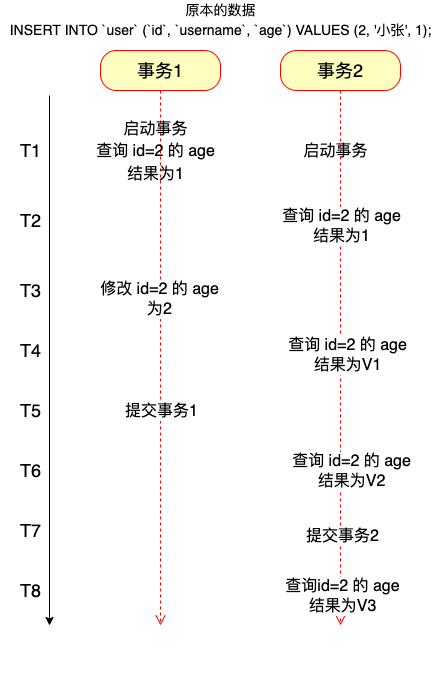
Earlier version of the draw.io export img/mysql/mysql-acid-durability.png (boilingfrog/Go-POINT). Source tidied: cells renumbered, new cells last; positions are measured from the earlier drawing's top-left corner, leaving out a move shared by most shapes.
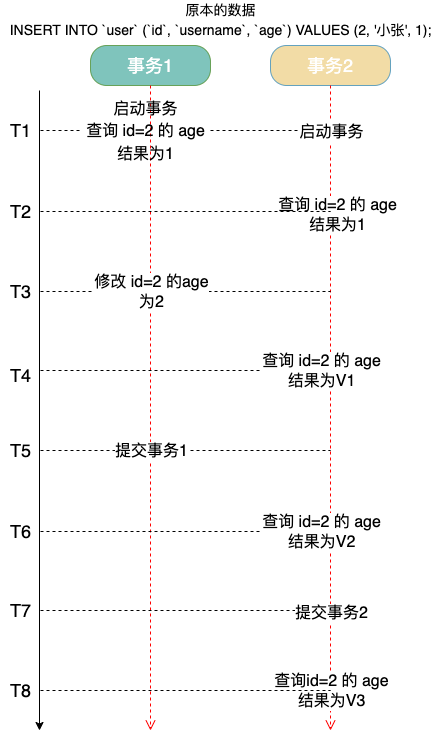
Above is the later version.

Commit message:
feat:MySQL 中的事务理解

Diff of the diagram source:
```diff
@@ -5,93 +5,137 @@
     <mxCell id="2" style="endArrow=classic;html=1;fontSize=18;" parent="1" edge="1">
       <mxGeometry relative="1" as="geometry">
         <mxPoint x="49" y="95" as="sourcePoint" />
-        <mxPoint x="49" y="625" as="targetPoint" />
+        <mxPoint x="49" y="735" as="targetPoint" />
       </mxGeometry>
     </mxCell>
+    <mxCell id="26" style="edgeStyle=none;html=1;dashed=1;endArrow=none;endFill=0;startArrow=none;" parent="1" edge="1" source="12">
+      <mxGeometry relative="1" as="geometry">
+        <mxPoint x="340" y="135" as="targetPoint" />
+      </mxGeometry>
+    </mxCell>
     <mxCell id="3" value="T1" style="text;html=1;align=center;verticalAlign=middle;points=[];strokeColor=none;fillColor=none;fontSize=18;" parent="1" vertex="1">
-      <mxGeometry x="10" y="135" width="40" height="30" as="geometry" />
+      <mxGeometry x="10" y="120" width="40" height="30" as="geometry" />
     </mxCell>
-    <mxCell id="4" value="事务1" style="rounded=1;whiteSpace=wrap;html=1;arcSize=40;fontColor=#000000;fillColor=#ffffc0;strokeColor=#ff0000;fillStyle=dashed;fontSize=18;" parent="1" vertex="1">
+    <mxCell id="4" value="事务1" style="rounded=1;whiteSpace=wrap;html=1;arcSize=40;fontColor=#ffffff;fillColor=#2A9D8F;strokeColor=#2D7600;fillStyle=auto;fontSize=18;opacity=60;" parent="1" vertex="1">
       <mxGeometry x="100" y="50" width="120" height="40" as="geometry" />
     </mxCell>
-    <mxCell id="5" style="edgeStyle=orthogonalEdgeStyle;html=1;verticalAlign=bottom;endArrow=open;endSize=8;strokeColor=#ff0000;fontSize=18;rounded=0;dashed=1;" parent="1" edge="1" source="4">
+    <mxCell id="5" style="edgeStyle=orthogonalEdgeStyle;html=1;verticalAlign=bottom;endArrow=open;endSize=8;strokeColor=#FF0000;fontSize=18;rounded=0;dashed=1;fillColor=#6a00ff;" parent="1" edge="1" source="4">
       <mxGeometry relative="1" as="geometry">
-        <mxPoint x="160" y="625" as="targetPoint" />
+        <mxPoint x="160" y="735" as="targetPoint" />
       </mxGeometry>
     </mxCell>
-    <mxCell id="6" value="提交事务1" style="edgeLabel;html=1;align=center;verticalAlign=middle;fontSize=16;" parent="5" vertex="1">
-      <mxGeometry x="0.47" y="-2" relative="1" as="geometry">
-        <mxPoint x="2" y="-72" as="offset" />
-      </mxGeometry>
-    </mxCell>
-    <mxCell id="7" value="事务2" style="rounded=1;whiteSpace=wrap;html=1;arcSize=40;fontColor=#000000;fillColor=#ffffc0;strokeColor=#ff0000;fillStyle=dashed;fontSize=18;" parent="1" vertex="1">
+    <mxCell id="7" value="事务2" style="rounded=1;whiteSpace=wrap;html=1;arcSize=40;fontColor=#ffffff;fillColor=#E9C46A;strokeColor=#006EAF;fillStyle=auto;fontSize=18;opacity=60;" parent="1" vertex="1">
       <mxGeometry x="280" y="50" width="120" height="40" as="geometry" />
     </mxCell>
-    <mxCell id="8" style="edgeStyle=orthogonalEdgeStyle;html=1;verticalAlign=bottom;endArrow=open;endSize=8;strokeColor=#ff0000;fontSize=18;dashed=1;" parent="1" edge="1" source="7">
+    <mxCell id="8" style="edgeStyle=orthogonalEdgeStyle;html=1;verticalAlign=bottom;endArrow=open;endSize=8;strokeColor=#FF0000;fontSize=18;dashed=1;" parent="1" edge="1" source="7">
       <mxGeometry relative="1" as="geometry">
-        <mxPoint x="340" y="625" as="targetPoint" />
+        <mxPoint x="340" y="735" as="targetPoint" />
       </mxGeometry>
     </mxCell>
-    <mxCell id="9" value="查询 id=2 的 age&lt;br&gt;结果为1" style="edgeLabel;html=1;align=center;verticalAlign=middle;fontSize=16;" parent="8" vertex="1">
-      <mxGeometry x="-0.22" y="1" relative="1" as="geometry">
-        <mxPoint x="-1" y="-75" as="offset" />
-      </mxGeometry>
-    </mxCell>
-    <mxCell id="10" value="提交事务2" style="edgeLabel;html=1;align=center;verticalAlign=middle;fontSize=16;" parent="8" vertex="1">
-      <mxGeometry x="0.78" y="1" relative="1" as="geometry">
-        <mxPoint y="-31" as="offset" />
-      </mxGeometry>
-    </mxCell>
     <mxCell id="11" value="查询id=2 的 age&lt;br&gt;结果为V3" style="edgeLabel;html=1;align=center;verticalAlign=middle;fontSize=16;" parent="8" vertex="1">
       <mxGeometry x="0.9" y="1" relative="1" as="geometry">
-        <mxPoint y="-3" as="offset" />
+        <mxPoint x="-1" y="-7" as="offset" />
       </mxGeometry>
     </mxCell>
-    <mxCell id="12" value="&lt;font style=&quot;font-size: 16px&quot;&gt;启动事务&lt;br&gt;查询 id=2 的 age&lt;br&gt;结果为1&lt;/font&gt;" style="text;html=1;align=center;verticalAlign=middle;points=[];strokeColor=none;fillColor=none;fontSize=18;" parent="1" vertex="1">
-      <mxGeometry x="90" y="115" width="130" height="70" as="geometry" />
-    </mxCell>
-    <mxCell id="13" value="&lt;font style=&quot;font-size: 16px&quot;&gt;启动事务&lt;/font&gt;" style="text;html=1;align=center;verticalAlign=middle;strokeColor=none;fillColor=none;fontSize=18;" parent="1" vertex="1">
-      <mxGeometry x="295" y="135" width="80" height="30" as="geometry" />
-    </mxCell>
     <mxCell id="14" value="T2" style="text;html=1;align=center;verticalAlign=middle;points=[];strokeColor=none;fillColor=none;fontSize=18;" parent="1" vertex="1">
-      <mxGeometry x="10" y="205" width="40" height="30" as="geometry" />
+      <mxGeometry x="10" y="201" width="40" height="30" as="geometry" />
     </mxCell>
-    <mxCell id="15" value="修改 id=2 的 age&lt;br&gt;为2" style="edgeLabel;html=1;align=center;verticalAlign=middle;fontSize=16;" parent="1" vertex="1">
-      <mxGeometry x="360" y="245" as="geometry">
-        <mxPoint x="-202" y="53" as="offset" />
-      </mxGeometry>
-    </mxCell>
+    <mxCell id="27" style="edgeStyle=none;html=1;dashed=1;fontSize=16;endArrow=none;endFill=0;" parent="1" edge="1" source="16">
+      <mxGeometry relative="1" as="geometry">
+        <mxPoint x="340" y="296" as="targetPoint" />
+      </mxGeometry>
+    </mxCell>
     <mxCell id="16" value="T3" style="text;html=1;align=center;verticalAlign=middle;points=[];strokeColor=none;fillColor=none;fontSize=18;" parent="1" vertex="1">
-      <mxGeometry x="10" y="275" width="40" height="30" as="geometry" />
+      <mxGeometry x="10" y="281" width="40" height="30" as="geometry" />
     </mxCell>
-    <mxCell id="17" value="查询 id=2 的 age&lt;br&gt;结果为V1" style="edgeLabel;html=1;align=center;verticalAlign=middle;fontSize=16;" parent="1" vertex="1">
-      <mxGeometry x="350" y="255" as="geometry">
+    <mxCell id="17" value="查询 id=2 的 age&lt;br&gt;结果为1" style="edgeLabel;html=1;align=center;verticalAlign=middle;fontSize=16;" parent="1" vertex="1">
+      <mxGeometry x="350" y="120" as="geometry">
         <mxPoint x="-4" y="99" as="offset" />
       </mxGeometry>
     </mxCell>
+    <mxCell id="28" style="edgeStyle=none;html=1;dashed=1;fontSize=16;endArrow=none;endFill=0;" parent="1" edge="1">
+      <mxGeometry relative="1" as="geometry">
+        <mxPoint x="50" y="375" as="sourcePoint" />
+        <mxPoint x="340" y="375" as="targetPoint" />
+      </mxGeometry>
+    </mxCell>
+    <mxCell id="29" value="修改 id=2 的age&lt;br&gt;为2" style="edgeLabel;html=1;align=center;verticalAlign=middle;fontSize=16;" parent="28" vertex="1">
+      <mxGeometry x="-0.24" y="2" relative="1" as="geometry">
+        <mxPoint y="-77" as="offset" />
+      </mxGeometry>
+    </mxCell>
     <mxCell id="18" value="T4" style="text;html=1;align=center;verticalAlign=middle;strokeColor=none;fillColor=none;fontSize=18;" parent="1" vertex="1">
-      <mxGeometry x="10" y="335" width="40" height="30" as="geometry" />
+      <mxGeometry x="10" y="365" width="40" height="30" as="geometry" />
     </mxCell>
+    <mxCell id="30" style="edgeStyle=none;html=1;dashed=1;fontSize=16;endArrow=none;endFill=0;" parent="1" edge="1" source="19">
+      <mxGeometry relative="1" as="geometry">
+        <mxPoint x="340" y="455" as="targetPoint" />
+      </mxGeometry>
+    </mxCell>
     <mxCell id="19" value="T5" style="text;html=1;align=center;verticalAlign=middle;points=[];strokeColor=none;fillColor=none;fontSize=18;" parent="1" vertex="1">
-      <mxGeometry x="10" y="395" width="40" height="30" as="geometry" />
+      <mxGeometry x="10" y="440" width="40" height="30" as="geometry" />
     </mxCell>
+    <mxCell id="31" style="edgeStyle=none;html=1;dashed=1;fontSize=16;endArrow=none;endFill=0;" parent="1" edge="1" source="20">
+      <mxGeometry relative="1" as="geometry">
+        <mxPoint x="340" y="536" as="targetPoint" />
+      </mxGeometry>
+    </mxCell>
+    <mxCell id="6" value="提交事务1" style="edgeLabel;html=1;align=center;verticalAlign=middle;fontSize=16;" parent="31" vertex="1">
+      <mxGeometry x="-0.26" y="-1" relative="1" as="geometry">
+        <mxPoint x="3" y="-82" as="offset" />
+      </mxGeometry>
+    </mxCell>
     <mxCell id="20" value="T6" style="text;html=1;align=center;verticalAlign=middle;points=[];strokeColor=none;fillColor=none;fontSize=18;" parent="1" vertex="1">
-      <mxGeometry x="10" y="455" width="40" height="30" as="geometry" />
+      <mxGeometry x="10" y="521" width="40" height="30" as="geometry" />
     </mxCell>
-    <mxCell id="21" value="查询 id=2 的 age&lt;br&gt;结果为V2" style="edgeLabel;html=1;align=center;verticalAlign=middle;fontSize=16;" parent="1" vertex="1">
-      <mxGeometry x="350" y="470" as="geometry" />
+    <mxCell id="21" value="查询 id=2 的 age&lt;br&gt;结果为V1" style="edgeLabel;html=1;align=center;verticalAlign=middle;fontSize=16;" parent="1" vertex="1">
+      <mxGeometry x="330" y="375" as="geometry" />
     </mxCell>
+    <mxCell id="32" style="edgeStyle=none;html=1;dashed=1;fontSize=16;endArrow=none;endFill=0;" parent="1" edge="1" source="22">
+      <mxGeometry relative="1" as="geometry">
+        <mxPoint x="350" y="615" as="targetPoint" />
+      </mxGeometry>
+    </mxCell>
+    <mxCell id="10" value="提交事务2" style="edgeLabel;html=1;align=center;verticalAlign=middle;fontSize=16;" parent="32" vertex="1">
+      <mxGeometry x="0.93" y="-1" relative="1" as="geometry">
+        <mxPoint y="1" as="offset" />
+      </mxGeometry>
+    </mxCell>
     <mxCell id="22" value="T7" style="text;html=1;align=center;verticalAlign=middle;points=[];strokeColor=none;fillColor=none;fontSize=18;" parent="1" vertex="1">
-      <mxGeometry x="10" y="515" width="40" height="30" as="geometry" />
+      <mxGeometry x="10" y="600" width="40" height="30" as="geometry" />
     </mxCell>
+    <mxCell id="33" style="edgeStyle=none;html=1;dashed=1;fontSize=16;endArrow=none;endFill=0;" parent="1" edge="1" source="23">
+      <mxGeometry relative="1" as="geometry">
+        <mxPoint x="340" y="695" as="targetPoint" />
+      </mxGeometry>
+    </mxCell>
     <mxCell id="23" value="T8" style="text;html=1;align=center;verticalAlign=middle;points=[];strokeColor=none;fillColor=none;fontSize=18;" parent="1" vertex="1">
-      <mxGeometry x="10" y="575" width="40" height="30" as="geometry" />
+      <mxGeometry x="10" y="680" width="40" height="30" as="geometry" />
     </mxCell>
     <mxCell id="24" value="&lt;pre style=&quot;background-color: #2b2b2b ; color: #a9b7c6 ; font-family: &amp;#34;source code pro&amp;#34; , monospace ; font-size: 11.3pt&quot;&gt;&lt;br&gt;&lt;/pre&gt;" style="text;html=1;align=center;verticalAlign=middle;strokeColor=none;fillColor=none;fontSize=16;" parent="1" vertex="1">
       <mxGeometry x="120" y="630" width="20" height="50" as="geometry" />
     </mxCell>
     <mxCell id="25" value="&lt;font style=&quot;font-size: 14px&quot;&gt;原本的数据&lt;br&gt;INSERT INTO `user` (`id`, `username`, `age`) VALUES (2, '小张', 1);&lt;/font&gt;" style="text;html=1;align=center;verticalAlign=middle;strokeColor=none;fillColor=none;fontSize=16;" parent="1" vertex="1">
-      <mxGeometry width="440" height="40" as="geometry" />
+      <mxGeometry x="10" y="5" width="440" height="40" as="geometry" />
     </mxCell>
+    <mxCell id="12" value="&lt;font style=&quot;font-size: 16px&quot;&gt;启动事务&lt;br&gt;查询 id=2 的 age&lt;br&gt;结果为1&lt;br&gt;&lt;/font&gt;" style="text;html=1;align=center;verticalAlign=middle;points=[];strokeColor=none;fillColor=none;fontSize=18;" parent="1" vertex="1">
+      <mxGeometry x="90" y="100" width="130" height="70" as="geometry" />
+    </mxCell>
+    <mxCell id="34" style="edgeStyle=none;html=1;dashed=1;endArrow=none;endFill=0;" parent="1" edge="1" source="3" target="12">
+      <mxGeometry relative="1" as="geometry" />
+    </mxCell>
+    <mxCell id="35" style="edgeStyle=none;html=1;dashed=1;fontSize=18;endArrow=none;endFill=0;" parent="1" edge="1" source="14">
+      <mxGeometry relative="1" as="geometry">
+        <mxPoint x="340" y="216" as="targetPoint" />
+      </mxGeometry>
+    </mxCell>
+    <mxCell id="13" value="&lt;font style=&quot;font-size: 16px&quot;&gt;启动事务&lt;/font&gt;" style="edgeLabel;html=1;align=center;verticalAlign=middle;fontSize=18;" parent="35" vertex="1">
+      <mxGeometry x="0.15" y="-2" relative="1" as="geometry">
+        <mxPoint x="124" y="-83" as="offset" />
+      </mxGeometry>
+    </mxCell>
+    <mxCell id="36" value="查询 id=2 的 age&lt;br&gt;结果为V2" style="edgeLabel;html=1;align=center;verticalAlign=middle;fontSize=16;" parent="1" vertex="1">
+      <mxGeometry x="330" y="536" as="geometry" />
+    </mxCell>
   </root>
 </mxGraphModel>
```
